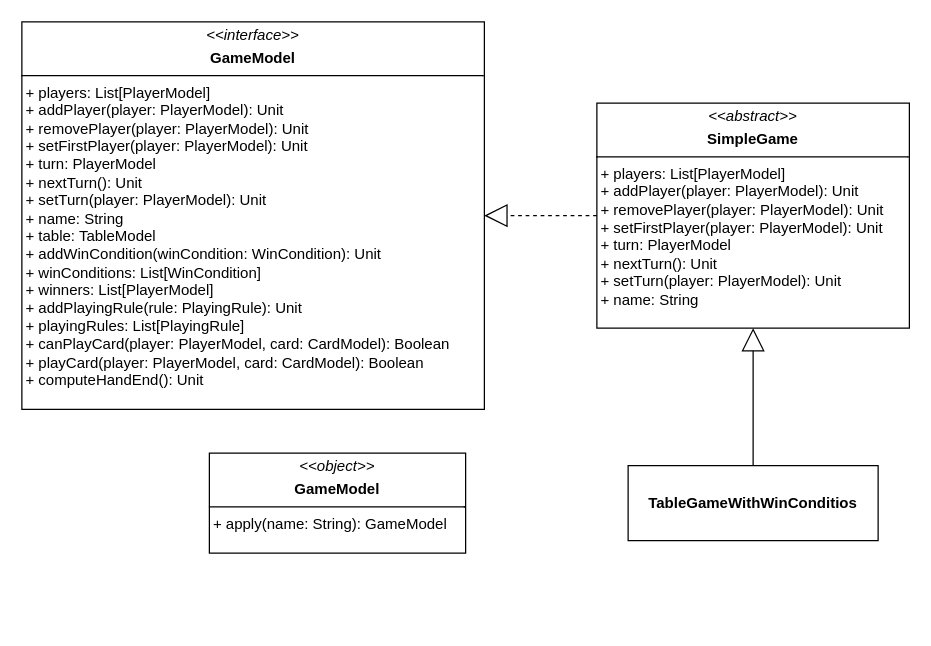
This is page "GameModel internal structure" (1 of 2) of docs/uml/gamemodel.drawio from Oldranda1414/PPS-23-CGE, a draw.io file, before an edit. Source tidied: cells renumbered, new cells numbered last; positions are measured from the earlier drawing's top-left corner, leaving out a move shared by most shapes. Both pictures are drawn from the tidied source at 125%, with x=0, y=0 at pixel (21, 21).
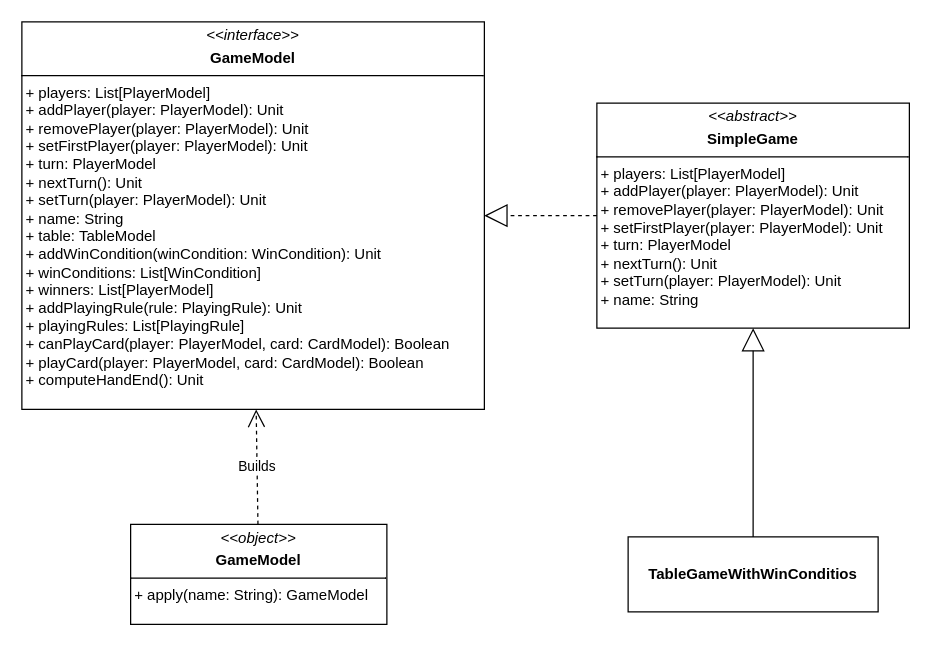
After the change.

What changed in the source:
```diff
@@
 <mxGraphModel>
   <root>
     <mxCell id="0" />
     <mxCell id="1" parent="0" />
     <mxCell id="2" value="&lt;p style=&quot;margin:0px;margin-top:4px;text-align:center;&quot;&gt;&lt;i&gt;&amp;lt;&amp;lt;object&amp;gt;&amp;gt;&lt;/i&gt;&lt;/p&gt;&lt;p style=&quot;margin:0px;margin-top:4px;text-align:center;&quot;&gt;&lt;b&gt;GameModel&lt;/b&gt;&lt;br&gt;&lt;/p&gt;&lt;hr size=&quot;1&quot; style=&quot;border-style:solid;&quot;&gt;&lt;div&gt;&amp;nbsp;+ apply(name: String): GameModel&lt;br&gt;&lt;/div&gt;" style="verticalAlign=top;align=left;overflow=fill;html=1;whiteSpace=wrap;" parent="1" vertex="1">
-      <mxGeometry x="150" y="345" width="205" height="80" as="geometry" />
+      <mxGeometry x="87" y="402" width="205" height="80" as="geometry" />
     </mxCell>
     <mxCell id="3" value="&lt;p style=&quot;margin:0px;margin-top:4px;text-align:center;&quot;&gt;&lt;i&gt;&amp;lt;&amp;lt;interface&amp;gt;&amp;gt;&lt;/i&gt;&lt;/p&gt;&lt;p style=&quot;margin:0px;margin-top:4px;text-align:center;&quot;&gt;&lt;b&gt;GameModel&lt;/b&gt;&lt;br&gt;&lt;/p&gt;&lt;hr size=&quot;1&quot; style=&quot;border-style:solid;&quot;&gt;&lt;div&gt;&amp;nbsp;+ players: List[PlayerModel]&lt;/div&gt;&lt;div&gt;&amp;nbsp;+ addPlayer(player: PlayerModel): Unit&lt;br&gt;&amp;nbsp;+ removePlayer(player: PlayerModel): Unit&lt;br&gt;&amp;nbsp;+ setFirstPlayer(player: PlayerModel): Unit&lt;br&gt;&amp;nbsp;+ turn: PlayerModel&lt;br&gt;&amp;nbsp;+ nextTurn(): Unit&lt;br&gt;&amp;nbsp;+ setTurn(player: PlayerModel): Unit&lt;br&gt;&amp;nbsp;+ name: String&lt;br&gt;&amp;nbsp;+ table: TableModel&lt;br&gt;&amp;nbsp;+ addWinCondition(winCondition: WinCondition): Unit&lt;br&gt;&amp;nbsp;+ winConditions: List[WinCondition]&lt;br&gt;&amp;nbsp;+ winners: List[PlayerModel]&lt;br&gt;&amp;nbsp;+ addPlayingRule(rule: PlayingRule): Unit&lt;br&gt;&amp;nbsp;+ playingRules: List[PlayingRule]&lt;br&gt;&amp;nbsp;+ canPlayCard(player: PlayerModel, card: CardModel): Boolean&lt;br&gt;&amp;nbsp;+ playCard(player: PlayerModel, card: CardModel): Boolean&lt;br&gt;&amp;nbsp;+ computeHandEnd(): Unit&lt;br&gt;&lt;/div&gt;" style="verticalAlign=top;align=left;overflow=fill;html=1;whiteSpace=wrap;" parent="1" vertex="1">
       <mxGeometry width="370" height="310" as="geometry" />
     </mxCell>
     <mxCell id="4" value="&lt;p style=&quot;margin:0px;margin-top:4px;text-align:center;&quot;&gt;&lt;i&gt;&amp;lt;&amp;lt;abstract&amp;gt;&amp;gt;&lt;/i&gt;&lt;/p&gt;&lt;p style=&quot;margin:0px;margin-top:4px;text-align:center;&quot;&gt;&lt;b&gt;SimpleGame&lt;/b&gt;&lt;br&gt;&lt;/p&gt;&lt;hr size=&quot;1&quot; style=&quot;border-style:solid;&quot;&gt;&lt;div&gt;&amp;nbsp;+ players: List[PlayerModel]&lt;/div&gt;&lt;div&gt;&amp;nbsp;+ addPlayer(player: PlayerModel): Unit&lt;br&gt;&amp;nbsp;+ removePlayer(player: PlayerModel): Unit&lt;br&gt;&amp;nbsp;+ setFirstPlayer(player: PlayerModel): Unit&lt;br&gt;&amp;nbsp;+ turn: PlayerModel&lt;br&gt;&amp;nbsp;+ nextTurn(): Unit&lt;br&gt;&amp;nbsp;+ setTurn(player: PlayerModel): Unit&lt;br&gt;&amp;nbsp;+ name: String&lt;br&gt;&lt;/div&gt;" style="verticalAlign=top;align=left;overflow=fill;html=1;whiteSpace=wrap;" parent="1" vertex="1">
       <mxGeometry x="460" y="65" width="250" height="180" as="geometry" />
     </mxCell>
     <mxCell id="5" value="&lt;b&gt;TableGameWithWinConditios&lt;/b&gt;" style="rounded=0;whiteSpace=wrap;html=1;" parent="1" vertex="1">
-      <mxGeometry x="485" y="355" width="200" height="60" as="geometry" />
+      <mxGeometry x="485" y="412" width="200" height="60" as="geometry" />
     </mxCell>
     <mxCell id="6" style="endArrow=block;endFill=0;endSize=16;html=1;rounded=0;edgeStyle=orthogonalEdgeStyle;" parent="1" edge="1" source="5" target="4">
       <mxGeometry relative="1" as="geometry" />
     </mxCell>
     <mxCell id="7" style="endArrow=block;endFill=0;endSize=16;html=1;rounded=0;edgeStyle=orthogonalEdgeStyle;dashed=1;" parent="1" edge="1" source="4" target="3">
       <mxGeometry relative="1" as="geometry" />
     </mxCell>
+    <mxCell id="8" value="Builds" style="endArrow=open;endSize=12;dashed=1;html=1;rounded=0;" parent="1" edge="1" source="2" target="3">
+      <mxGeometry relative="1" as="geometry" />
+    </mxCell>
   </root>
 </mxGraphModel>
```
